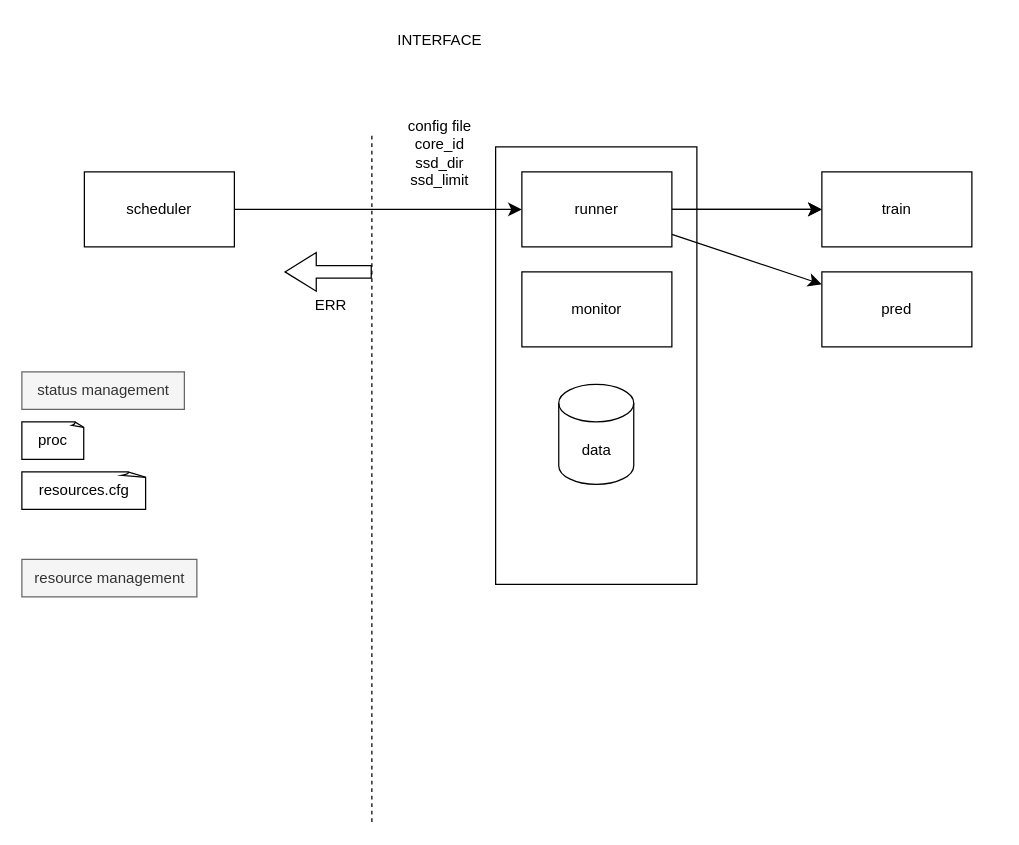
Earlier version of the draw.io diagram page "ppl3 v2.0.0" (3 of 3) of tongdengfund/ppl_new.drawio (mistyeye11/drawio). Source tidied: cells renumbered, new cells numbered last; positions are measured from the earlier drawing's top-left corner, leaving out a move shared by most shapes. Both pictures are drawn from the tidied source at 125%, with x=0, y=0 at pixel (21, 21).
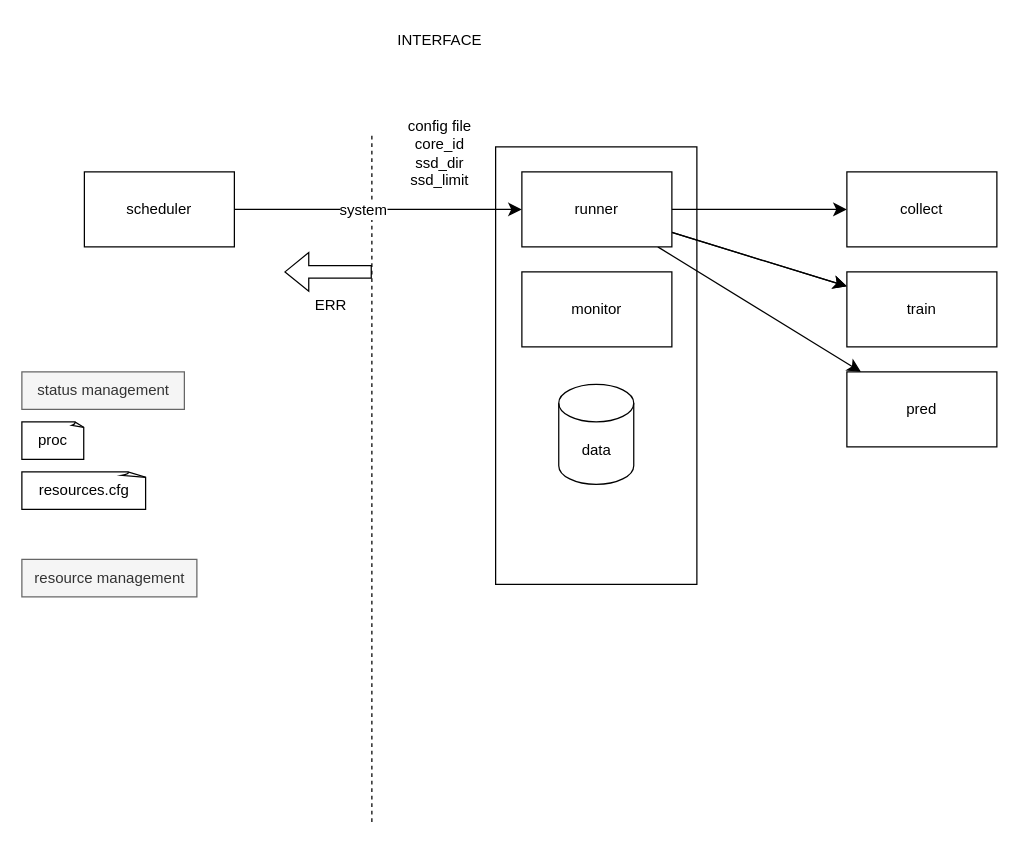
Above is the later version.

The change refers to these unchanged cells:
```xml
<mxCell id="4" style="edgeStyle=none;curved=1;rounded=0;jettySize=auto;html=1;fontFamily=Helvetica;fontSize=12;fontColor=default;startSize=8;endSize=8;" parent="1" edge="1" source="5" target="12">
  <mxGeometry relative="1" as="geometry" />
</mxCell>
<mxCell id="12" value="&lt;div&gt;runner&lt;/div&gt;" style="rounded=0;whiteSpace=wrap;html=1;strokeColor=default;align=center;verticalAlign=middle;fontFamily=Helvetica;fontSize=12;fontColor=default;fillColor=default;" parent="1" vertex="1">
  <mxGeometry x="400" y="120" width="120" height="60" as="geometry" />
</mxCell>
<mxCell id="18" style="group;" parent="1" vertex="1">
  <mxGeometry x="210" y="200" width="70" height="42" as="geometry" />
</mxCell>
```

Diff of the diagram source:
```diff
@@
+    <mxCell id="23" value="system" style="edgeLabel;html=1;align=center;verticalAlign=middle;fontSize=12;rounded=0;strokeColor=default;fontFamily=Helvetica;fontColor=default;fillColor=default;" parent="4" vertex="1">
+      <mxGeometry x="-0.15" y="-3" relative="1" as="geometry">
+        <mxPoint x="4" y="-3" as="offset" />
+      </mxGeometry>
+    </mxCell>
@@
+    <mxCell id="24" style="edgeStyle=none;curved=1;rounded=0;jettySize=auto;html=1;fontFamily=Helvetica;fontSize=12;fontColor=default;startSize=8;endSize=8;" parent="1" edge="1" source="12" target="25">
+      <mxGeometry relative="1" as="geometry" />
+    </mxCell>
@@
-    <mxCell id="19" style="shape=flexArrow;endArrow=classic;html=1;rounded=0;fontFamily=Helvetica;fontSize=12;fontColor=default;startSize=8;endSize=8;curved=1;" parent="18" edge="1">
+    <mxCell id="19" style="endArrow=classic;html=1;rounded=0;fontFamily=Helvetica;fontSize=12;fontColor=default;curved=1;shape=flexArrow;" parent="18" edge="1">
       <mxGeometry relative="1" as="geometry">
         <mxPoint x="70" as="sourcePoint" />
         <mxPoint as="targetPoint" />
       </mxGeometry>
     </mxCell>
@@
     <mxCell id="21" value="train" style="whiteSpace=wrap;html=1;rounded=0;" parent="1" vertex="1">
-      <mxGeometry x="640" y="120" width="120" height="60" as="geometry" />
+      <mxGeometry x="660" y="200" width="120" height="60" as="geometry" />
     </mxCell>
     <mxCell id="22" value="pred" style="whiteSpace=wrap;html=1;rounded=0;" parent="1" vertex="1">
-      <mxGeometry x="640" y="200" width="120" height="60" as="geometry" />
+      <mxGeometry x="660" y="280" width="120" height="60" as="geometry" />
     </mxCell>
+    <mxCell id="25" value="collect" style="whiteSpace=wrap;html=1;rounded=0;" parent="1" vertex="1">
+      <mxGeometry x="660" y="120" width="120" height="60" as="geometry" />
+    </mxCell>
```
